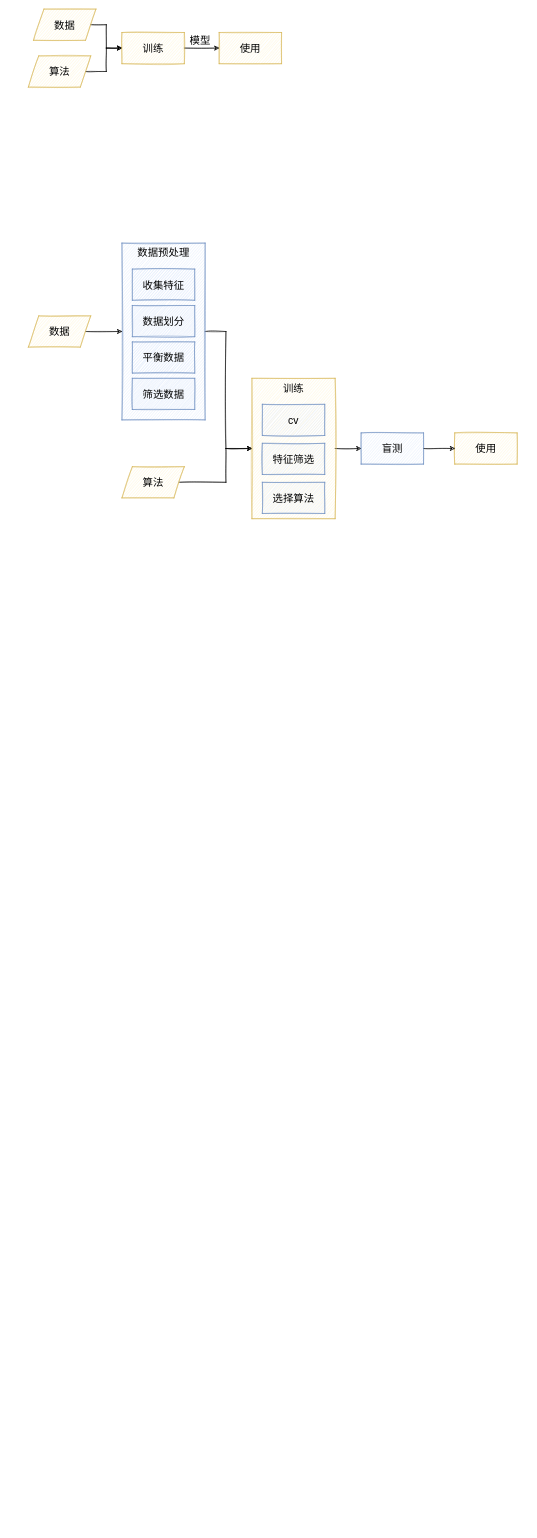
Above: 2021年7月11日 ppt 展示.drawio in XDcat/draw.io_2 (draw.io), before the change. Source tidied: cells renumbered, new cells numbered last; positions are measured from the earlier drawing's top-left corner, leaving out a move shared by most shapes. Both pictures are drawn from the tidied source at 52%, with x=0, y=0 at pixel (28, 9).
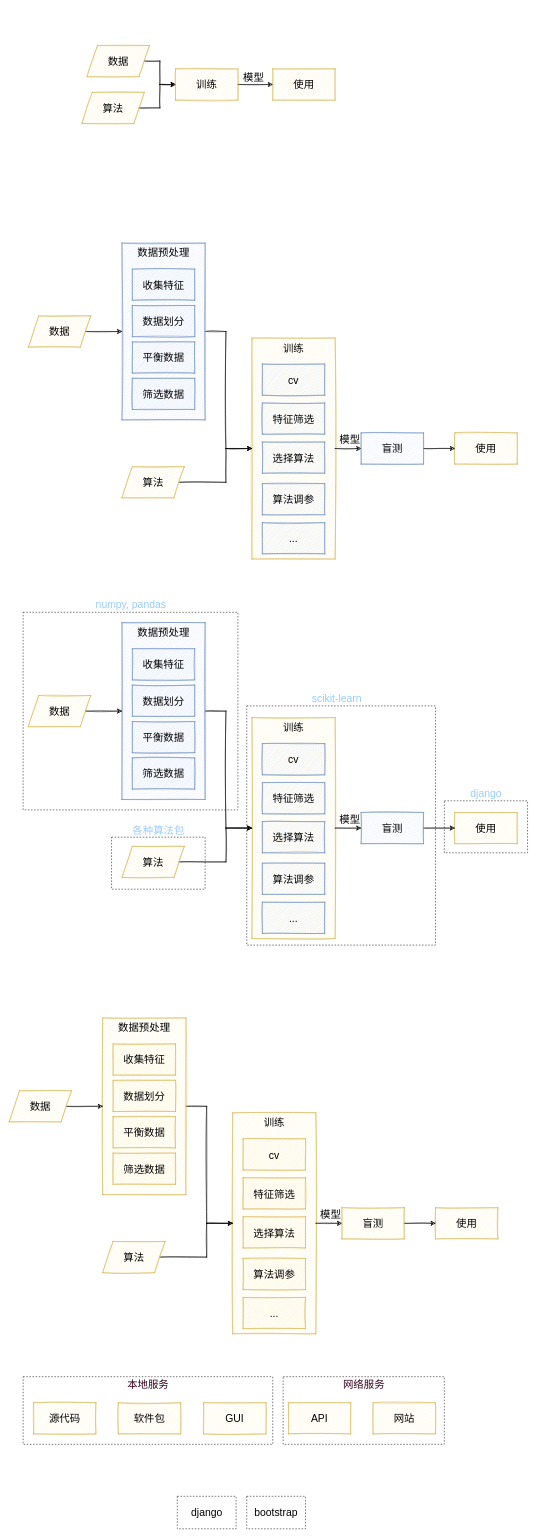
The same diagram, later.

Commit message:
更新2021年7月11日 ppt 展示.drawio

Diff of the diagram source:
```diff
@@
+    <mxCell id="28" style="rounded=0;whiteSpace=wrap;html=1;glass=0;sketch=0;fontSize=20;gradientColor=none;verticalAlign=middle;dashed=1;fillColor=none;" parent="1" vertex="1">
+      <mxGeometry x="490" y="2630" width="310" height="130" as="geometry" />
+    </mxCell>
+    <mxCell id="29" style="rounded=0;whiteSpace=wrap;html=1;glass=0;sketch=0;fontSize=20;gradientColor=none;verticalAlign=middle;dashed=1;fillColor=none;" parent="1" vertex="1">
+      <mxGeometry x="-10" y="2630" width="480" height="130" as="geometry" />
+    </mxCell>
+    <mxCell id="17" value="训练" style="whiteSpace=wrap;html=1;fontSize=20;fillColor=#fff2cc;strokeColor=#d6b656;sketch=1;verticalAlign=top;" parent="1" vertex="1">
+      <mxGeometry x="430" y="632.5" width="160" height="425" as="geometry" />
+    </mxCell>
@@
     <mxCell id="4" style="edgeStyle=orthogonalEdgeStyle;rounded=0;jettySize=auto;html=1;exitX=1;exitY=0.5;exitDx=0;exitDy=0;entryX=0;entryY=0.5;entryDx=0;entryDy=0;fontSize=20;sketch=1;" parent="1" edge="1" source="5" target="9">
       <mxGeometry relative="1" as="geometry">
         <Array as="points">
-          <mxPoint x="150" y="30" />
-          <mxPoint x="150" y="75" />
+          <mxPoint x="253" y="100" />
+          <mxPoint x="253" y="145" />
         </Array>
       </mxGeometry>
     </mxCell>
     <mxCell id="5" value="&lt;span style=&quot;font-size: 20px;&quot;&gt;数据&lt;/span&gt;" style="shape=parallelogram;perimeter=parallelogramPerimeter;whiteSpace=wrap;html=1;fixedSize=1;fontSize=20;fillColor=#fff2cc;strokeColor=#d6b656;sketch=1;" parent="1" vertex="1">
-      <mxGeometry x="10" width="120" height="60" as="geometry" />
+      <mxGeometry x="113" y="70" width="120" height="60" as="geometry" />
     </mxCell>
     <mxCell id="6" style="edgeStyle=orthogonalEdgeStyle;rounded=0;jettySize=auto;html=1;exitX=1;exitY=0.5;exitDx=0;exitDy=0;entryX=0;entryY=0.5;entryDx=0;entryDy=0;fontSize=20;sketch=1;" parent="1" edge="1" source="7" target="9">
       <mxGeometry relative="1" as="geometry">
         <Array as="points">
-          <mxPoint x="150" y="120" />
-          <mxPoint x="150" y="75" />
+          <mxPoint x="253" y="190" />
+          <mxPoint x="253" y="145" />
         </Array>
       </mxGeometry>
     </mxCell>
     <mxCell id="7" value="算法" style="shape=parallelogram;perimeter=parallelogramPerimeter;whiteSpace=wrap;html=1;fixedSize=1;fontSize=20;fillColor=#fff2cc;strokeColor=#d6b656;sketch=1;" parent="1" vertex="1">
-      <mxGeometry y="90" width="120" height="60" as="geometry" />
+      <mxGeometry x="103" y="160" width="120" height="60" as="geometry" />
     </mxCell>
@@
     <mxCell id="9" value="训练" style="whiteSpace=wrap;html=1;fontSize=20;fillColor=#fff2cc;strokeColor=#d6b656;sketch=1;" parent="1" vertex="1">
-      <mxGeometry x="180" y="45" width="120" height="60" as="geometry" />
+      <mxGeometry x="283" y="115" width="120" height="60" as="geometry" />
     </mxCell>
     <mxCell id="10" value="使用" style="whiteSpace=wrap;html=1;fontSize=20;fillColor=#fff2cc;strokeColor=#d6b656;sketch=1;glass=0;" parent="1" vertex="1">
-      <mxGeometry x="367" y="45" width="120" height="60" as="geometry" />
+      <mxGeometry x="470" y="115" width="120" height="60" as="geometry" />
     </mxCell>
     <mxCell id="11" value="模型" style="text;html=1;align=center;verticalAlign=middle;strokeColor=none;fontSize=20;sketch=1;" parent="1" vertex="1">
-      <mxGeometry x="300" y="45" width="60" height="30" as="geometry" />
+      <mxGeometry x="403" y="115" width="60" height="30" as="geometry" />
     </mxCell>
@@
-    <mxCell id="17" value="训练" style="whiteSpace=wrap;html=1;fontSize=20;fillColor=#fff2cc;strokeColor=#d6b656;sketch=1;verticalAlign=top;" parent="1" vertex="1">
-      <mxGeometry x="430" y="710" width="160" height="270" as="geometry" />
-    </mxCell>
@@
     <mxCell id="21" value="cv" style="whiteSpace=wrap;html=1;glass=0;sketch=1;fontSize=20;fillColor=#dae8fc;strokeColor=#6c8ebf;" parent="1" vertex="1">
-      <mxGeometry x="450" y="760" width="120" height="60" as="geometry" />
+      <mxGeometry x="450" y="682.5" width="120" height="60" as="geometry" />
     </mxCell>
@@
     <mxCell id="24" value="特征筛选" style="whiteSpace=wrap;html=1;glass=0;sketch=1;fontSize=20;verticalAlign=middle;fillColor=#dae8fc;strokeColor=#6c8ebf;" parent="1" vertex="1">
-      <mxGeometry x="450" y="835" width="120" height="60" as="geometry" />
+      <mxGeometry x="450" y="757.5" width="120" height="60" as="geometry" />
     </mxCell>
     <mxCell id="25" value="选择算法" style="whiteSpace=wrap;html=1;glass=0;sketch=1;fontSize=20;verticalAlign=middle;fillColor=#dae8fc;strokeColor=#6c8ebf;" parent="1" vertex="1">
-      <mxGeometry x="450" y="910" width="120" height="60" as="geometry" />
+      <mxGeometry x="450" y="832.5" width="120" height="60" as="geometry" />
     </mxCell>
@@
+    <mxCell id="30" value="算法调参" style="whiteSpace=wrap;html=1;glass=0;sketch=1;fontSize=20;verticalAlign=middle;fillColor=#dae8fc;strokeColor=#6c8ebf;" parent="1" vertex="1">
+      <mxGeometry x="450" y="912.5" width="120" height="60" as="geometry" />
+    </mxCell>
+    <mxCell id="31" value="..." style="whiteSpace=wrap;html=1;glass=0;sketch=1;fontSize=20;verticalAlign=middle;fillColor=#dae8fc;strokeColor=#6c8ebf;" parent="1" vertex="1">
+      <mxGeometry x="450" y="987.5" width="120" height="60" as="geometry" />
+    </mxCell>
+    <mxCell id="32" value="模型" style="text;html=1;align=center;verticalAlign=middle;strokeColor=none;fontSize=20;sketch=1;" parent="1" vertex="1">
+      <mxGeometry x="588" y="812" width="60" height="30" as="geometry" />
+    </mxCell>
+    <mxCell id="33" value="训练" style="whiteSpace=wrap;html=1;fontSize=20;fillColor=#fff2cc;strokeColor=#d6b656;sketch=1;verticalAlign=top;" parent="1" vertex="1">
+      <mxGeometry x="430" y="1362.5" width="160" height="425" as="geometry" />
+    </mxCell>
+    <mxCell id="34" style="edgeStyle=orthogonalEdgeStyle;rounded=0;sketch=1;jettySize=auto;html=1;exitX=1;exitY=0.5;exitDx=0;exitDy=0;entryX=0;entryY=0.5;entryDx=0;entryDy=0;fontSize=20;" parent="1" edge="1" source="35" target="33">
+      <mxGeometry relative="1" as="geometry">
+        <Array as="points">
+          <mxPoint x="380" y="1350" />
+          <mxPoint x="380" y="1575" />
+        </Array>
+      </mxGeometry>
+    </mxCell>
+    <mxCell id="35" value="数据预处理" style="whiteSpace=wrap;html=1;glass=0;sketch=1;fontSize=20;verticalAlign=top;fillColor=#dae8fc;strokeColor=#6c8ebf;" parent="1" vertex="1">
+      <mxGeometry x="180" y="1180" width="160" height="340" as="geometry" />
+    </mxCell>
+    <mxCell id="36" style="edgeStyle=orthogonalEdgeStyle;rounded=0;sketch=1;jettySize=auto;html=1;exitX=1;exitY=0.5;exitDx=0;exitDy=0;fontSize=20;" parent="1" edge="1" source="37" target="35">
+      <mxGeometry relative="1" as="geometry" />
+    </mxCell>
+    <mxCell id="37" value="&lt;span style=&quot;font-size: 20px;&quot;&gt;数据&lt;/span&gt;" style="shape=parallelogram;perimeter=parallelogramPerimeter;whiteSpace=wrap;html=1;fixedSize=1;fontSize=20;fillColor=#fff2cc;strokeColor=#d6b656;sketch=1;" parent="1" vertex="1">
+      <mxGeometry y="1320" width="120" height="60" as="geometry" />
+    </mxCell>
+    <mxCell id="38" style="edgeStyle=orthogonalEdgeStyle;rounded=0;sketch=1;jettySize=auto;html=1;exitX=1;exitY=0.5;exitDx=0;exitDy=0;entryX=0;entryY=0.5;entryDx=0;entryDy=0;fontSize=20;" parent="1" edge="1" source="39" target="33">
+      <mxGeometry relative="1" as="geometry">
+        <Array as="points">
+          <mxPoint x="380" y="1640" />
+          <mxPoint x="380" y="1575" />
+        </Array>
+      </mxGeometry>
+    </mxCell>
+    <mxCell id="39" value="算法" style="shape=parallelogram;perimeter=parallelogramPerimeter;whiteSpace=wrap;html=1;fixedSize=1;fontSize=20;fillColor=#fff2cc;strokeColor=#d6b656;sketch=1;" parent="1" vertex="1">
+      <mxGeometry x="180" y="1610" width="120" height="60" as="geometry" />
+    </mxCell>
+    <mxCell id="40" style="edgeStyle=orthogonalEdgeStyle;rounded=0;sketch=1;jettySize=auto;html=1;exitX=1;exitY=0.5;exitDx=0;exitDy=0;entryX=0;entryY=0.5;entryDx=0;entryDy=0;fontSize=20;" parent="1" edge="1" source="33" target="43">
+      <mxGeometry relative="1" as="geometry" />
+    </mxCell>
+    <mxCell id="41" value="使用" style="whiteSpace=wrap;html=1;fontSize=20;fillColor=#fff2cc;strokeColor=#d6b656;sketch=1;glass=0;" parent="1" vertex="1">
+      <mxGeometry x="820" y="1545" width="120" height="60" as="geometry" />
+    </mxCell>
+    <mxCell id="42" style="edgeStyle=orthogonalEdgeStyle;rounded=0;sketch=1;jettySize=auto;html=1;exitX=1;exitY=0.5;exitDx=0;exitDy=0;fontSize=20;" parent="1" edge="1" source="43" target="41">
+      <mxGeometry relative="1" as="geometry" />
+    </mxCell>
+    <mxCell id="43" value="盲测" style="whiteSpace=wrap;html=1;glass=0;sketch=1;fontSize=20;fillColor=#dae8fc;strokeColor=#6c8ebf;" parent="1" vertex="1">
+      <mxGeometry x="640" y="1545" width="120" height="60" as="geometry" />
+    </mxCell>
+    <mxCell id="44" value="cv" style="whiteSpace=wrap;html=1;glass=0;sketch=1;fontSize=20;fillColor=#dae8fc;strokeColor=#6c8ebf;" parent="1" vertex="1">
+      <mxGeometry x="450" y="1412.5" width="120" height="60" as="geometry" />
+    </mxCell>
+    <mxCell id="45" value="数据划分" style="whiteSpace=wrap;html=1;glass=0;sketch=1;fontSize=20;fillColor=#dae8fc;strokeColor=#6c8ebf;" parent="1" vertex="1">
+      <mxGeometry x="200" y="1300" width="120" height="60" as="geometry" />
+    </mxCell>
+    <mxCell id="46" value="收集特征" style="whiteSpace=wrap;html=1;glass=0;sketch=1;fontSize=20;fillColor=#dae8fc;strokeColor=#6c8ebf;" parent="1" vertex="1">
+      <mxGeometry x="200" y="1230" width="120" height="60" as="geometry" />
+    </mxCell>
+    <mxCell id="47" value="特征筛选" style="whiteSpace=wrap;html=1;glass=0;sketch=1;fontSize=20;verticalAlign=middle;fillColor=#dae8fc;strokeColor=#6c8ebf;" parent="1" vertex="1">
+      <mxGeometry x="450" y="1487.5" width="120" height="60" as="geometry" />
+    </mxCell>
+    <mxCell id="48" value="选择算法" style="whiteSpace=wrap;html=1;glass=0;sketch=1;fontSize=20;verticalAlign=middle;fillColor=#dae8fc;strokeColor=#6c8ebf;" parent="1" vertex="1">
+      <mxGeometry x="450" y="1562.5" width="120" height="60" as="geometry" />
+    </mxCell>
+    <mxCell id="49" value="平衡数据" style="whiteSpace=wrap;html=1;glass=0;sketch=1;fontSize=20;verticalAlign=middle;fillColor=#dae8fc;strokeColor=#6c8ebf;" parent="1" vertex="1">
+      <mxGeometry x="200" y="1370" width="120" height="60" as="geometry" />
+    </mxCell>
+    <mxCell id="50" value="筛选数据" style="whiteSpace=wrap;html=1;glass=0;sketch=1;fontSize=20;verticalAlign=middle;fillColor=#dae8fc;strokeColor=#6c8ebf;" parent="1" vertex="1">
+      <mxGeometry x="200" y="1440" width="120" height="60" as="geometry" />
+    </mxCell>
+    <mxCell id="51" style="rounded=0;whiteSpace=wrap;html=1;glass=0;sketch=0;fontSize=20;gradientColor=none;verticalAlign=middle;dashed=1;fillColor=none;" parent="1" vertex="1">
+      <mxGeometry x="420" y="1340" width="363" height="460" as="geometry" />
+    </mxCell>
+    <mxCell id="52" style="rounded=0;whiteSpace=wrap;html=1;glass=0;sketch=0;fontSize=20;verticalAlign=middle;dashed=1;fillColor=none;strokeColor=#0D0900;" parent="1" vertex="1">
+      <mxGeometry x="-10" y="1160" width="413" height="380" as="geometry" />
+    </mxCell>
+    <mxCell id="53" value="算法调参" style="whiteSpace=wrap;html=1;glass=0;sketch=1;fontSize=20;verticalAlign=middle;fillColor=#dae8fc;strokeColor=#6c8ebf;" parent="1" vertex="1">
+      <mxGeometry x="450" y="1642.5" width="120" height="60" as="geometry" />
+    </mxCell>
+    <mxCell id="54" value="..." style="whiteSpace=wrap;html=1;glass=0;sketch=1;fontSize=20;verticalAlign=middle;fillColor=#dae8fc;strokeColor=#6c8ebf;" parent="1" vertex="1">
+      <mxGeometry x="450" y="1717.5" width="120" height="60" as="geometry" />
+    </mxCell>
+    <mxCell id="55" value="模型" style="text;html=1;align=center;verticalAlign=middle;strokeColor=none;fontSize=20;sketch=1;" parent="1" vertex="1">
+      <mxGeometry x="588" y="1542" width="60" height="30" as="geometry" />
+    </mxCell>
+    <mxCell id="56" value="各种算法包" style="text;html=1;align=center;verticalAlign=middle;strokeColor=none;fontSize=20;labelBorderColor=none;labelBackgroundColor=#ffffff;fontColor=#99CCFF;" parent="1" vertex="1">
+      <mxGeometry x="190" y="1562.5" width="120" height="30" as="geometry" />
+    </mxCell>
+    <mxCell id="57" style="rounded=0;whiteSpace=wrap;html=1;glass=0;sketch=0;fontSize=20;gradientColor=none;verticalAlign=middle;dashed=1;fillColor=none;" parent="1" vertex="1">
+      <mxGeometry x="160" y="1592.5" width="180" height="100" as="geometry" />
+    </mxCell>
+    <mxCell id="58" value="scikit-learn" style="text;html=1;align=center;verticalAlign=middle;strokeColor=none;fontSize=20;labelBorderColor=none;labelBackgroundColor=#ffffff;fontColor=#99CCFF;" parent="1" vertex="1">
+      <mxGeometry x="538" y="1310" width="110" height="30" as="geometry" />
+    </mxCell>
+    <mxCell id="59" value="numpy, pandas" style="text;html=1;align=center;verticalAlign=middle;strokeColor=none;fontSize=20;labelBorderColor=none;labelBackgroundColor=#ffffff;fontColor=#99CCFF;" parent="1" vertex="1">
+      <mxGeometry x="121.5" y="1130" width="150" height="30" as="geometry" />
+    </mxCell>
+    <mxCell id="60" value="django" style="text;html=1;align=center;verticalAlign=middle;strokeColor=none;fontSize=20;labelBorderColor=none;labelBackgroundColor=#ffffff;fontColor=#99CCFF;" parent="1" vertex="1">
+      <mxGeometry x="840" y="1492.5" width="80" height="30" as="geometry" />
+    </mxCell>
+    <mxCell id="61" style="rounded=0;whiteSpace=wrap;html=1;glass=0;sketch=0;fontSize=20;gradientColor=none;verticalAlign=middle;dashed=1;fillColor=none;" parent="1" vertex="1">
+      <mxGeometry x="800" y="1522.5" width="160" height="100" as="geometry" />
+    </mxCell>
+    <mxCell id="62" value="训练" style="whiteSpace=wrap;html=1;fontSize=20;fillColor=#fff2cc;strokeColor=#d6b656;sketch=1;verticalAlign=top;" parent="1" vertex="1">
+      <mxGeometry x="393" y="2122.5" width="160" height="425" as="geometry" />
+    </mxCell>
+    <mxCell id="63" style="edgeStyle=orthogonalEdgeStyle;rounded=0;sketch=1;jettySize=auto;html=1;exitX=1;exitY=0.5;exitDx=0;exitDy=0;entryX=0;entryY=0.5;entryDx=0;entryDy=0;fontSize=20;" parent="1" edge="1" source="64" target="62">
+      <mxGeometry relative="1" as="geometry">
+        <Array as="points">
+          <mxPoint x="343" y="2110" />
+          <mxPoint x="343" y="2335" />
+        </Array>
+      </mxGeometry>
+    </mxCell>
+    <mxCell id="64" value="数据预处理" style="whiteSpace=wrap;html=1;glass=0;sketch=1;fontSize=20;verticalAlign=top;fillColor=#fff2cc;strokeColor=#d6b656;" parent="1" vertex="1">
+      <mxGeometry x="143" y="1940" width="160" height="340" as="geometry" />
+    </mxCell>
+    <mxCell id="65" style="edgeStyle=orthogonalEdgeStyle;rounded=0;sketch=1;jettySize=auto;html=1;exitX=1;exitY=0.5;exitDx=0;exitDy=0;fontSize=20;" parent="1" edge="1" source="66" target="64">
+      <mxGeometry relative="1" as="geometry" />
+    </mxCell>
+    <mxCell id="66" value="&lt;span style=&quot;font-size: 20px;&quot;&gt;数据&lt;/span&gt;" style="shape=parallelogram;perimeter=parallelogramPerimeter;whiteSpace=wrap;html=1;fixedSize=1;fontSize=20;fillColor=#fff2cc;strokeColor=#d6b656;sketch=1;" parent="1" vertex="1">
+      <mxGeometry x="-37" y="2080" width="120" height="60" as="geometry" />
+    </mxCell>
+    <mxCell id="67" style="edgeStyle=orthogonalEdgeStyle;rounded=0;sketch=1;jettySize=auto;html=1;exitX=1;exitY=0.5;exitDx=0;exitDy=0;entryX=0;entryY=0.5;entryDx=0;entryDy=0;fontSize=20;" parent="1" edge="1" source="68" target="62">
+      <mxGeometry relative="1" as="geometry">
+        <Array as="points">
+          <mxPoint x="343" y="2400" />
+          <mxPoint x="343" y="2335" />
+        </Array>
+      </mxGeometry>
+    </mxCell>
+    <mxCell id="68" value="算法" style="shape=parallelogram;perimeter=parallelogramPerimeter;whiteSpace=wrap;html=1;fixedSize=1;fontSize=20;fillColor=#fff2cc;strokeColor=#d6b656;sketch=1;" parent="1" vertex="1">
+      <mxGeometry x="143" y="2370" width="120" height="60" as="geometry" />
+    </mxCell>
+    <mxCell id="69" style="edgeStyle=orthogonalEdgeStyle;rounded=0;sketch=1;jettySize=auto;html=1;exitX=1;exitY=0.5;exitDx=0;exitDy=0;entryX=0;entryY=0.5;entryDx=0;entryDy=0;fontSize=20;" parent="1" edge="1" source="62" target="72">
+      <mxGeometry relative="1" as="geometry" />
+    </mxCell>
+    <mxCell id="70" value="使用" style="whiteSpace=wrap;html=1;fontSize=20;fillColor=#fff2cc;strokeColor=#d6b656;sketch=1;glass=0;" parent="1" vertex="1">
+      <mxGeometry x="783" y="2305" width="120" height="60" as="geometry" />
+    </mxCell>
+    <mxCell id="71" style="edgeStyle=orthogonalEdgeStyle;rounded=0;sketch=1;jettySize=auto;html=1;exitX=1;exitY=0.5;exitDx=0;exitDy=0;fontSize=20;" parent="1" edge="1" source="72" target="70">
+      <mxGeometry relative="1" as="geometry" />
+    </mxCell>
+    <mxCell id="72" value="盲测" style="whiteSpace=wrap;html=1;glass=0;sketch=1;fontSize=20;fillColor=#fff2cc;strokeColor=#d6b656;" parent="1" vertex="1">
+      <mxGeometry x="603" y="2305" width="120" height="60" as="geometry" />
+    </mxCell>
+    <mxCell id="73" value="cv" style="whiteSpace=wrap;html=1;glass=0;sketch=1;fontSize=20;fillColor=#fff2cc;strokeColor=#d6b656;" parent="1" vertex="1">
+      <mxGeometry x="413" y="2172.5" width="120" height="60" as="geometry" />
+    </mxCell>
+    <mxCell id="74" value="数据划分" style="whiteSpace=wrap;html=1;glass=0;sketch=1;fontSize=20;fillColor=#fff2cc;strokeColor=#d6b656;" parent="1" vertex="1">
+      <mxGeometry x="163" y="2060" width="120" height="60" as="geometry" />
+    </mxCell>
+    <mxCell id="75" value="收集特征" style="whiteSpace=wrap;html=1;glass=0;sketch=1;fontSize=20;fillColor=#fff2cc;strokeColor=#d6b656;" parent="1" vertex="1">
+      <mxGeometry x="163" y="1990" width="120" height="60" as="geometry" />
+    </mxCell>
+    <mxCell id="76" value="特征筛选" style="whiteSpace=wrap;html=1;glass=0;sketch=1;fontSize=20;verticalAlign=middle;fillColor=#fff2cc;strokeColor=#d6b656;" parent="1" vertex="1">
+      <mxGeometry x="413" y="2247.5" width="120" height="60" as="geometry" />
+    </mxCell>
+    <mxCell id="77" value="选择算法" style="whiteSpace=wrap;html=1;glass=0;sketch=1;fontSize=20;verticalAlign=middle;fillColor=#fff2cc;strokeColor=#d6b656;" parent="1" vertex="1">
+      <mxGeometry x="413" y="2322.5" width="120" height="60" as="geometry" />
+    </mxCell>
+    <mxCell id="78" value="平衡数据" style="whiteSpace=wrap;html=1;glass=0;sketch=1;fontSize=20;verticalAlign=middle;fillColor=#fff2cc;strokeColor=#d6b656;" parent="1" vertex="1">
+      <mxGeometry x="163" y="2130" width="120" height="60" as="geometry" />
+    </mxCell>
+    <mxCell id="79" value="筛选数据" style="whiteSpace=wrap;html=1;glass=0;sketch=1;fontSize=20;verticalAlign=middle;fillColor=#fff2cc;strokeColor=#d6b656;" parent="1" vertex="1">
+      <mxGeometry x="163" y="2200" width="120" height="60" as="geometry" />
+    </mxCell>
+    <mxCell id="80" value="算法调参" style="whiteSpace=wrap;html=1;glass=0;sketch=1;fontSize=20;verticalAlign=middle;fillColor=#fff2cc;strokeColor=#d6b656;" parent="1" vertex="1">
+      <mxGeometry x="413" y="2402.5" width="120" height="60" as="geometry" />
+    </mxCell>
+    <mxCell id="81" value="..." style="whiteSpace=wrap;html=1;glass=0;sketch=1;fontSize=20;verticalAlign=middle;fillColor=#fff2cc;strokeColor=#d6b656;" parent="1" vertex="1">
+      <mxGeometry x="413" y="2477.5" width="120" height="60" as="geometry" />
+    </mxCell>
+    <mxCell id="82" value="模型" style="text;html=1;align=center;verticalAlign=middle;strokeColor=none;fontSize=20;sketch=1;" parent="1" vertex="1">
+      <mxGeometry x="551" y="2302" width="60" height="30" as="geometry" />
+    </mxCell>
+    <mxCell id="83" value="源代码" style="whiteSpace=wrap;html=1;rounded=0;glass=0;labelBackgroundColor=none;sketch=1;fontSize=20;strokeColor=#d6b656;fillColor=#fff2cc;verticalAlign=middle;" parent="1" vertex="1">
+      <mxGeometry x="10" y="2680" width="120" height="60" as="geometry" />
+    </mxCell>
+    <mxCell id="84" value="软件包" style="whiteSpace=wrap;html=1;rounded=0;glass=0;labelBackgroundColor=none;sketch=1;fontSize=20;strokeColor=#d6b656;fillColor=#fff2cc;verticalAlign=middle;" parent="1" vertex="1">
+      <mxGeometry x="173" y="2680" width="120" height="60" as="geometry" />
+    </mxCell>
+    <mxCell id="85" value="GUI" style="whiteSpace=wrap;html=1;rounded=0;glass=0;labelBackgroundColor=none;sketch=1;fontSize=20;strokeColor=#d6b656;fillColor=#fff2cc;verticalAlign=middle;" parent="1" vertex="1">
+      <mxGeometry x="337" y="2680" width="120" height="60" as="geometry" />
+    </mxCell>
+    <mxCell id="86" value="API" style="whiteSpace=wrap;html=1;rounded=0;glass=0;labelBackgroundColor=none;sketch=1;fontSize=20;strokeColor=#d6b656;fillColor=#fff2cc;verticalAlign=middle;" parent="1" vertex="1">
+      <mxGeometry x="500" y="2680" width="120" height="60" as="geometry" />
+    </mxCell>
+    <mxCell id="87" value="网站" style="whiteSpace=wrap;html=1;rounded=0;glass=0;labelBackgroundColor=none;sketch=1;fontSize=20;strokeColor=#d6b656;fillColor=#fff2cc;verticalAlign=middle;" parent="1" vertex="1">
+      <mxGeometry x="663" y="2680" width="120" height="60" as="geometry" />
+    </mxCell>
+    <mxCell id="88" value="本地服务" style="text;html=1;align=center;verticalAlign=middle;strokeColor=none;fontSize=20;fontColor=#33001A;" parent="1" vertex="1">
+      <mxGeometry x="180" y="2630" width="100" height="30" as="geometry" />
+    </mxCell>
+    <mxCell id="89" value="网络服务" style="text;html=1;align=center;verticalAlign=middle;strokeColor=none;fontSize=20;fontColor=#33001A;" parent="1" vertex="1">
+      <mxGeometry x="595" y="2630" width="100" height="30" as="geometry" />
+    </mxCell>
+    <mxCell id="90" value="django" style="rounded=0;whiteSpace=wrap;html=1;glass=0;sketch=0;fontSize=20;gradientColor=none;verticalAlign=middle;dashed=1;fillColor=none;" parent="1" vertex="1">
+      <mxGeometry x="286.5" y="2860" width="113" height="62.5" as="geometry" />
+    </mxCell>
+    <mxCell id="91" value="bootstrap" style="rounded=0;whiteSpace=wrap;html=1;glass=0;sketch=0;fontSize=20;gradientColor=none;verticalAlign=middle;dashed=1;fillColor=none;" parent="1" vertex="1">
+      <mxGeometry x="420" y="2860" width="113" height="62.5" as="geometry" />
+    </mxCell>
```
